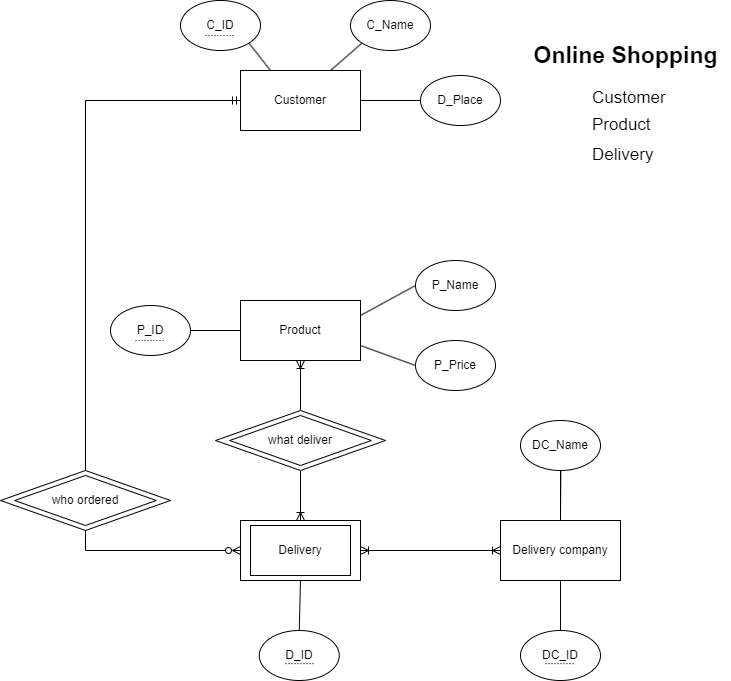
Before: Lab1/shopping.drawio.png, a diagram exported from draw.io (ViDjet-Git/Data-Base-University). Source tidied: cells renumbered, new cells last; positions are measured from the earlier drawing's top-left corner, leaving out a move shared by most shapes. Its diagram source:
```xml
<mxGraphModel>
  <root>
    <mxCell id="0" />
    <mxCell id="1" parent="0" />
    <mxCell id="2" style="edgeStyle=orthogonalEdgeStyle;rounded=0;jettySize=auto;html=1;exitX=0;exitY=0.5;exitDx=0;exitDy=0;entryX=0.5;entryY=0;entryDx=0;entryDy=0;strokeColor=default;startArrow=ERmandOne;startFill=0;endArrow=none;endFill=0;" parent="1" edge="1" source="5" target="19">
      <mxGeometry relative="1" as="geometry" />
    </mxCell>
    <mxCell id="3" style="jettySize=auto;html=1;exitX=0.25;exitY=0;exitDx=0;exitDy=0;entryX=1;entryY=1;entryDx=0;entryDy=0;strokeColor=default;startArrow=none;startFill=0;endArrow=none;endFill=0;" parent="1" edge="1" source="5" target="20">
      <mxGeometry relative="1" as="geometry" />
    </mxCell>
    <mxCell id="4" style="edgeStyle=none;jettySize=auto;html=1;exitX=0.75;exitY=0;exitDx=0;exitDy=0;entryX=0;entryY=1;entryDx=0;entryDy=0;strokeColor=default;startArrow=none;startFill=0;endArrow=none;endFill=0;" parent="1" edge="1" source="5" target="21">
      <mxGeometry relative="1" as="geometry" />
    </mxCell>
    <mxCell id="5" value="Customer" style="rounded=0;whiteSpace=wrap;html=1;" parent="1" vertex="1">
      <mxGeometry x="240" y="70" width="120" height="60" as="geometry" />
    </mxCell>
    <mxCell id="6" style="edgeStyle=orthogonalEdgeStyle;rounded=0;jettySize=auto;html=1;exitX=0.5;exitY=1;exitDx=0;exitDy=0;entryX=0.5;entryY=0;entryDx=0;entryDy=0;strokeColor=default;startArrow=ERoneToMany;startFill=0;endArrow=none;endFill=0;" parent="1" edge="1" source="11" target="17">
      <mxGeometry relative="1" as="geometry" />
    </mxCell>
    <mxCell id="7" style="edgeStyle=none;jettySize=auto;html=1;exitX=1;exitY=0.25;exitDx=0;exitDy=0;entryX=0;entryY=0.5;entryDx=0;entryDy=0;strokeColor=default;startArrow=none;startFill=0;endArrow=none;endFill=0;" parent="1" edge="1" source="11" target="23">
      <mxGeometry relative="1" as="geometry" />
    </mxCell>
    <mxCell id="8" style="edgeStyle=none;jettySize=auto;html=1;exitX=1;exitY=0.75;exitDx=0;exitDy=0;entryX=0;entryY=0.5;entryDx=0;entryDy=0;strokeColor=default;startArrow=none;startFill=0;endArrow=none;endFill=0;" parent="1" edge="1" source="11" target="22">
      <mxGeometry relative="1" as="geometry" />
    </mxCell>
    <mxCell id="9" style="rounded=0;jettySize=auto;html=1;exitX=0;exitY=0.5;exitDx=0;exitDy=0;entryX=1;entryY=0.5;entryDx=0;entryDy=0;endArrow=none;endFill=0;" parent="1" edge="1" source="11" target="30">
      <mxGeometry relative="1" as="geometry" />
    </mxCell>
    <mxCell id="10" style="edgeStyle=none;rounded=0;jettySize=auto;html=1;endArrow=none;endFill=0;" parent="1" edge="1" source="11" target="30">
      <mxGeometry relative="1" as="geometry" />
    </mxCell>
    <mxCell id="11" value="Product" style="rounded=0;whiteSpace=wrap;html=1;" parent="1" vertex="1">
      <mxGeometry x="240" y="300" width="120" height="60" as="geometry" />
    </mxCell>
    <mxCell id="12" style="edgeStyle=none;jettySize=auto;html=1;exitX=1;exitY=0.5;exitDx=0;exitDy=0;entryX=0;entryY=0.5;entryDx=0;entryDy=0;strokeColor=default;startArrow=none;startFill=0;endArrow=none;endFill=0;" parent="1" edge="1" source="5" target="24">
      <mxGeometry relative="1" as="geometry" />
    </mxCell>
    <mxCell id="13" style="edgeStyle=none;rounded=0;jettySize=auto;html=1;exitX=0.5;exitY=1;exitDx=0;exitDy=0;entryX=0.5;entryY=0;entryDx=0;entryDy=0;endArrow=none;endFill=0;" parent="1" edge="1" source="15" target="32">
      <mxGeometry relative="1" as="geometry" />
    </mxCell>
    <mxCell id="14" style="edgeStyle=orthogonalEdgeStyle;rounded=0;jettySize=auto;html=1;exitX=1;exitY=0.5;exitDx=0;exitDy=0;entryX=0;entryY=0.5;entryDx=0;entryDy=0;startArrow=ERoneToMany;startFill=0;endArrow=ERoneToMany;endFill=0;" parent="1" edge="1" source="15" target="40">
      <mxGeometry relative="1" as="geometry" />
    </mxCell>
    <mxCell id="15" value="Delivery" style="rounded=0;whiteSpace=wrap;html=1;perimeterSpacing=0;" parent="1" vertex="1">
      <mxGeometry x="240" y="520" width="120" height="60" as="geometry" />
    </mxCell>
    <mxCell id="16" style="edgeStyle=orthogonalEdgeStyle;rounded=0;jettySize=auto;html=1;exitX=0.5;exitY=1;exitDx=0;exitDy=0;entryX=0.5;entryY=0;entryDx=0;entryDy=0;strokeColor=default;startArrow=none;startFill=0;endArrow=ERoneToMany;endFill=0;" parent="1" edge="1" source="17" target="15">
      <mxGeometry relative="1" as="geometry" />
    </mxCell>
    <mxCell id="17" value="what deliver" style="rhombus;whiteSpace=wrap;html=1;" parent="1" vertex="1">
      <mxGeometry x="215" y="410" width="170" height="60" as="geometry" />
    </mxCell>
    <mxCell id="18" style="edgeStyle=orthogonalEdgeStyle;rounded=0;jettySize=auto;html=1;exitX=0.5;exitY=1;exitDx=0;exitDy=0;entryX=0;entryY=0.5;entryDx=0;entryDy=0;strokeColor=default;startArrow=none;startFill=0;endArrow=ERzeroToMany;endFill=0;" parent="1" edge="1" source="19" target="15">
      <mxGeometry relative="1" as="geometry" />
    </mxCell>
    <mxCell id="19" value="who ordered" style="rhombus;whiteSpace=wrap;html=1;" parent="1" vertex="1">
      <mxGeometry y="470" width="170" height="60" as="geometry" />
    </mxCell>
    <mxCell id="20" value="С_ID" style="ellipse;whiteSpace=wrap;html=1;" parent="1" vertex="1">
      <mxGeometry x="180" width="80" height="50" as="geometry" />
    </mxCell>
    <mxCell id="21" value="С_Name" style="ellipse;whiteSpace=wrap;html=1;" parent="1" vertex="1">
      <mxGeometry x="350" width="80" height="50" as="geometry" />
    </mxCell>
    <mxCell id="22" value="P_Price" style="ellipse;whiteSpace=wrap;html=1;" parent="1" vertex="1">
      <mxGeometry x="415" y="340" width="80" height="50" as="geometry" />
    </mxCell>
    <mxCell id="23" value="P_Name" style="ellipse;whiteSpace=wrap;html=1;" parent="1" vertex="1">
      <mxGeometry x="415" y="260" width="80" height="50" as="geometry" />
    </mxCell>
    <mxCell id="24" value="D_Place" style="ellipse;whiteSpace=wrap;html=1;" parent="1" vertex="1">
      <mxGeometry x="420" y="75" width="80" height="50" as="geometry" />
    </mxCell>
    <mxCell id="25" value="&lt;font style=&quot;font-size: 23px;&quot;&gt;Online Shopping&lt;/font&gt;" style="text;html=1;align=center;verticalAlign=middle;strokeColor=none;fillColor=none;fontSize=23;fontStyle=1;" parent="1" vertex="1">
      <mxGeometry x="520" y="35" width="210" height="40" as="geometry" />
    </mxCell>
    <mxCell id="26" value="&lt;font style=&quot;font-size: 17px;&quot;&gt;Customer&lt;/font&gt;" style="text;html=1;align=left;verticalAlign=middle;strokeColor=none;fillColor=none;fontSize=23;" parent="1" vertex="1">
      <mxGeometry x="590" y="75" width="100" height="40" as="geometry" />
    </mxCell>
    <mxCell id="27" value="Product" style="text;html=1;align=left;verticalAlign=middle;strokeColor=none;fillColor=none;fontSize=17;" parent="1" vertex="1">
      <mxGeometry x="590" y="110" width="80" height="30" as="geometry" />
    </mxCell>
    <mxCell id="28" value="Delivery" style="text;html=1;align=left;verticalAlign=middle;strokeColor=none;fillColor=none;fontSize=17;" parent="1" vertex="1">
      <mxGeometry x="590" y="140" width="80" height="30" as="geometry" />
    </mxCell>
    <mxCell id="29" style="rounded=0;whiteSpace=wrap;html=1;fillStyle=auto;fillColor=none;" parent="1" vertex="1">
      <mxGeometry x="250" y="525" width="100" height="50" as="geometry" />
    </mxCell>
    <mxCell id="30" value="P_ID" style="ellipse;whiteSpace=wrap;html=1;" parent="1" vertex="1">
      <mxGeometry x="110" y="305" width="80" height="50" as="geometry" />
    </mxCell>
    <mxCell id="31" style="rhombus;whiteSpace=wrap;html=1;fillColor=none;" parent="1" vertex="1">
      <mxGeometry x="14.2" y="475" width="141.7" height="50" as="geometry" />
    </mxCell>
    <mxCell id="32" style="ellipse;whiteSpace=wrap;html=1;" parent="1" vertex="1">
      <mxGeometry x="258.8" y="630" width="80" height="50" as="geometry" />
    </mxCell>
    <mxCell id="33" style="rhombus;whiteSpace=wrap;html=1;fillColor=none;" parent="1" vertex="1">
      <mxGeometry x="229.2" y="415" width="141.7" height="50" as="geometry" />
    </mxCell>
    <mxCell id="34" style="endArrow=none;dashed=1;html=1;rounded=0;dashPattern=1 2;" parent="1" edge="1">
      <mxGeometry relative="1" as="geometry">
        <mxPoint x="205" y="35" as="sourcePoint" />
        <mxPoint x="235" y="35" as="targetPoint" />
        <Array as="points">
          <mxPoint x="205" y="35" />
        </Array>
      </mxGeometry>
    </mxCell>
    <mxCell id="35" style="endArrow=none;dashed=1;html=1;rounded=0;dashPattern=1 2;" parent="1" edge="1">
      <mxGeometry relative="1" as="geometry">
        <mxPoint x="135" y="340" as="sourcePoint" />
        <mxPoint x="165" y="340" as="targetPoint" />
        <Array as="points">
          <mxPoint x="135" y="340" />
        </Array>
      </mxGeometry>
    </mxCell>
    <mxCell id="36" style="endArrow=none;dashed=1;rounded=0;dashPattern=1 2;jumpSize=6;labelPosition=center;verticalLabelPosition=middle;align=center;verticalAlign=middle;spacingTop=0;html=1;jumpStyle=none;shape=link;width=-6.190476190476191;" parent="1" edge="1">
      <mxGeometry relative="1" as="geometry">
        <mxPoint x="285" y="660" as="sourcePoint" />
        <mxPoint x="315" y="660" as="targetPoint" />
      </mxGeometry>
    </mxCell>
    <mxCell id="37" value="D_ID" style="rounded=0;whiteSpace=wrap;html=1;strokeColor=none;" parent="1" vertex="1">
      <mxGeometry x="280" y="650" width="37.5" height="10" as="geometry" />
    </mxCell>
    <mxCell id="38" style="edgeStyle=none;rounded=0;jettySize=auto;html=1;exitX=0.5;exitY=1;exitDx=0;exitDy=0;entryX=0.5;entryY=0;entryDx=0;entryDy=0;startArrow=none;startFill=0;endArrow=none;endFill=0;" parent="1" edge="1" source="40" target="41">
      <mxGeometry relative="1" as="geometry" />
    </mxCell>
    <mxCell id="39" style="edgeStyle=none;rounded=0;jettySize=auto;html=1;exitX=0.5;exitY=0;exitDx=0;exitDy=0;startArrow=none;startFill=0;endArrow=none;endFill=0;" parent="1" edge="1" source="40">
      <mxGeometry relative="1" as="geometry">
        <mxPoint x="560.3" y="470" as="targetPoint" />
      </mxGeometry>
    </mxCell>
    <mxCell id="40" value="Delivery company" style="rounded=0;whiteSpace=wrap;html=1;perimeterSpacing=0;" parent="1" vertex="1">
      <mxGeometry x="500" y="520" width="120" height="60" as="geometry" />
    </mxCell>
    <mxCell id="41" style="ellipse;whiteSpace=wrap;html=1;" parent="1" vertex="1">
      <mxGeometry x="520" y="630" width="80" height="50" as="geometry" />
    </mxCell>
    <mxCell id="42" style="endArrow=none;dashed=1;rounded=0;dashPattern=1 2;jumpSize=6;labelPosition=center;verticalLabelPosition=middle;align=center;verticalAlign=middle;spacingTop=0;html=1;jumpStyle=none;shape=link;width=-6.190476190476191;" parent="1" edge="1">
      <mxGeometry relative="1" as="geometry">
        <mxPoint x="545" y="660" as="sourcePoint" />
        <mxPoint x="575" y="660" as="targetPoint" />
      </mxGeometry>
    </mxCell>
    <mxCell id="43" value="DC_ID" style="rounded=0;whiteSpace=wrap;html=1;strokeColor=none;" parent="1" vertex="1">
      <mxGeometry x="541.2" y="650" width="37.5" height="10" as="geometry" />
    </mxCell>
    <mxCell id="44" style="edgeStyle=none;rounded=0;jettySize=auto;html=1;startArrow=none;startFill=0;endArrow=none;endFill=0;" parent="1" edge="1" target="40">
      <mxGeometry relative="1" as="geometry">
        <mxPoint x="560" y="470" as="sourcePoint" />
      </mxGeometry>
    </mxCell>
    <mxCell id="45" value="DC_Name" style="ellipse;whiteSpace=wrap;html=1;" parent="1" vertex="1">
      <mxGeometry x="520" y="420" width="80" height="50" as="geometry" />
    </mxCell>
  </root>
</mxGraphModel>
```
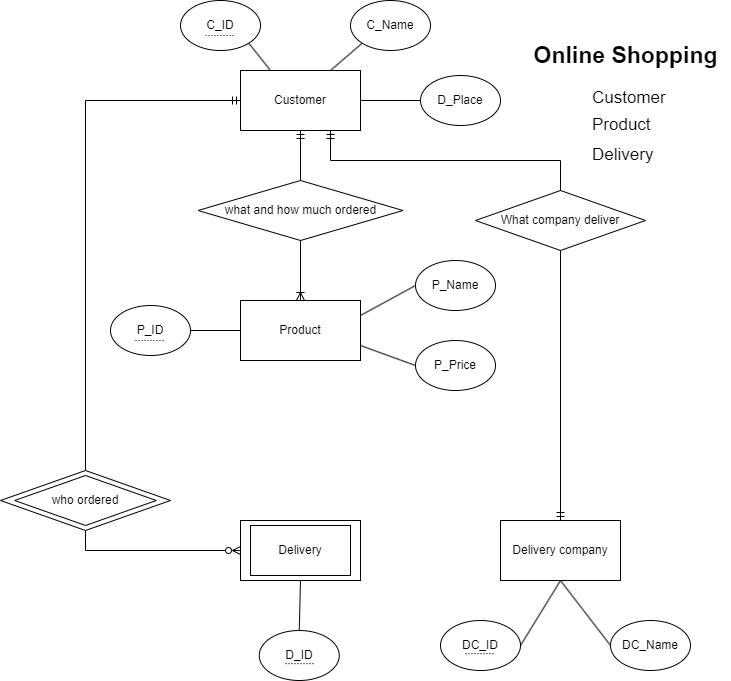
Above is the later version.

Commit message:
LAB1 SQL and Drawio

Diff of the diagram source:
```diff
@@ -11,12 +11,17 @@
     <mxCell id="4" style="edgeStyle=none;jettySize=auto;html=1;exitX=0.75;exitY=0;exitDx=0;exitDy=0;entryX=0;entryY=1;entryDx=0;entryDy=0;strokeColor=default;startArrow=none;startFill=0;endArrow=none;endFill=0;" parent="1" edge="1" source="5" target="21">
       <mxGeometry relative="1" as="geometry" />
     </mxCell>
+    <mxCell id="46" style="edgeStyle=orthogonalEdgeStyle;rounded=0;jettySize=auto;html=1;exitX=0.75;exitY=1;exitDx=0;exitDy=0;entryX=0.5;entryY=0;entryDx=0;entryDy=0;startArrow=ERmandOne;startFill=0;endArrow=ERmandOne;endFill=0;" parent="1" edge="1" source="5" target="40">
+      <mxGeometry relative="1" as="geometry">
+        <Array as="points">
+          <mxPoint x="330" y="160" />
+          <mxPoint x="560" y="160" />
+        </Array>
+      </mxGeometry>
+    </mxCell>
     <mxCell id="5" value="Customer" style="rounded=0;whiteSpace=wrap;html=1;" parent="1" vertex="1">
       <mxGeometry x="240" y="70" width="120" height="60" as="geometry" />
     </mxCell>
-    <mxCell id="6" style="edgeStyle=orthogonalEdgeStyle;rounded=0;jettySize=auto;html=1;exitX=0.5;exitY=1;exitDx=0;exitDy=0;entryX=0.5;entryY=0;entryDx=0;entryDy=0;strokeColor=default;startArrow=ERoneToMany;startFill=0;endArrow=none;endFill=0;" parent="1" edge="1" source="11" target="17">
-      <mxGeometry relative="1" as="geometry" />
-    </mxCell>
     <mxCell id="7" style="edgeStyle=none;jettySize=auto;html=1;exitX=1;exitY=0.25;exitDx=0;exitDy=0;entryX=0;entryY=0.5;entryDx=0;entryDy=0;strokeColor=default;startArrow=none;startFill=0;endArrow=none;endFill=0;" parent="1" edge="1" source="11" target="23">
       <mxGeometry relative="1" as="geometry" />
     </mxCell>
@@ -29,6 +34,11 @@
     <mxCell id="10" style="edgeStyle=none;rounded=0;jettySize=auto;html=1;endArrow=none;endFill=0;" parent="1" edge="1" source="11" target="30">
       <mxGeometry relative="1" as="geometry" />
     </mxCell>
+    <mxCell id="47" style="edgeStyle=orthogonalEdgeStyle;rounded=0;jettySize=auto;html=1;exitX=0.5;exitY=0;exitDx=0;exitDy=0;entryX=0.5;entryY=1;entryDx=0;entryDy=0;endArrow=none;endFill=0;startArrow=ERoneToMany;startFill=0;" parent="1" edge="1" source="11">
+      <mxGeometry relative="1" as="geometry">
+        <mxPoint x="300" y="230" as="targetPoint" />
+      </mxGeometry>
+    </mxCell>
     <mxCell id="11" value="Product" style="rounded=0;whiteSpace=wrap;html=1;" parent="1" vertex="1">
       <mxGeometry x="240" y="300" width="120" height="60" as="geometry" />
     </mxCell>
@@ -38,17 +48,14 @@
     <mxCell id="13" style="edgeStyle=none;rounded=0;jettySize=auto;html=1;exitX=0.5;exitY=1;exitDx=0;exitDy=0;entryX=0.5;entryY=0;entryDx=0;entryDy=0;endArrow=none;endFill=0;" parent="1" edge="1" source="15" target="32">
       <mxGeometry relative="1" as="geometry" />
     </mxCell>
-    <mxCell id="14" style="edgeStyle=orthogonalEdgeStyle;rounded=0;jettySize=auto;html=1;exitX=1;exitY=0.5;exitDx=0;exitDy=0;entryX=0;entryY=0.5;entryDx=0;entryDy=0;startArrow=ERoneToMany;startFill=0;endArrow=ERoneToMany;endFill=0;" parent="1" edge="1" source="15" target="40">
-      <mxGeometry relative="1" as="geometry" />
-    </mxCell>
     <mxCell id="15" value="Delivery" style="rounded=0;whiteSpace=wrap;html=1;perimeterSpacing=0;" parent="1" vertex="1">
       <mxGeometry x="240" y="520" width="120" height="60" as="geometry" />
     </mxCell>
-    <mxCell id="16" style="edgeStyle=orthogonalEdgeStyle;rounded=0;jettySize=auto;html=1;exitX=0.5;exitY=1;exitDx=0;exitDy=0;entryX=0.5;entryY=0;entryDx=0;entryDy=0;strokeColor=default;startArrow=none;startFill=0;endArrow=ERoneToMany;endFill=0;" parent="1" edge="1" source="17" target="15">
-      <mxGeometry relative="1" as="geometry" />
-    </mxCell>
+    <mxCell id="48" style="edgeStyle=orthogonalEdgeStyle;rounded=0;jettySize=auto;html=1;exitX=0.5;exitY=0;exitDx=0;exitDy=0;entryX=0.5;entryY=1;entryDx=0;entryDy=0;startArrow=none;startFill=0;endArrow=ERmandOne;endFill=0;" parent="1" edge="1" source="17" target="5">
+      <mxGeometry relative="1" as="geometry" />
+    </mxCell>
-    <mxCell id="17" value="what deliver" style="rhombus;whiteSpace=wrap;html=1;" parent="1" vertex="1">
-      <mxGeometry x="215" y="410" width="170" height="60" as="geometry" />
+    <mxCell id="17" value="what and how much ordered" style="rhombus;whiteSpace=wrap;html=1;" parent="1" vertex="1">
+      <mxGeometry x="197.5" y="180" width="205" height="60" as="geometry" />
     </mxCell>
     <mxCell id="18" style="edgeStyle=orthogonalEdgeStyle;rounded=0;jettySize=auto;html=1;exitX=0.5;exitY=1;exitDx=0;exitDy=0;entryX=0;entryY=0.5;entryDx=0;entryDy=0;strokeColor=default;startArrow=none;startFill=0;endArrow=ERzeroToMany;endFill=0;" parent="1" edge="1" source="19" target="15">
       <mxGeometry relative="1" as="geometry" />
@@ -95,9 +102,6 @@
     <mxCell id="32" style="ellipse;whiteSpace=wrap;html=1;" parent="1" vertex="1">
       <mxGeometry x="258.8" y="630" width="80" height="50" as="geometry" />
     </mxCell>
-    <mxCell id="33" style="rhombus;whiteSpace=wrap;html=1;fillColor=none;" parent="1" vertex="1">
-      <mxGeometry x="229.2" y="415" width="141.7" height="50" as="geometry" />
-    </mxCell>
     <mxCell id="34" style="endArrow=none;dashed=1;html=1;rounded=0;dashPattern=1 2;" parent="1" edge="1">
       <mxGeometry relative="1" as="geometry">
         <mxPoint x="205" y="35" as="sourcePoint" />
@@ -125,36 +129,32 @@
     <mxCell id="37" value="D_ID" style="rounded=0;whiteSpace=wrap;html=1;strokeColor=none;" parent="1" vertex="1">
       <mxGeometry x="280" y="650" width="37.5" height="10" as="geometry" />
     </mxCell>
+    <mxCell id="49" style="rounded=0;jettySize=auto;html=1;exitX=0.5;exitY=1;exitDx=0;exitDy=0;entryX=0;entryY=0.5;entryDx=0;entryDy=0;startArrow=none;startFill=0;endArrow=none;endFill=0;" parent="1" edge="1" source="40" target="45">
+      <mxGeometry relative="1" as="geometry" />
+    </mxCell>
-    <mxCell id="38" style="edgeStyle=none;rounded=0;jettySize=auto;html=1;exitX=0.5;exitY=1;exitDx=0;exitDy=0;entryX=0.5;entryY=0;entryDx=0;entryDy=0;startArrow=none;startFill=0;endArrow=none;endFill=0;" parent="1" edge="1" source="40" target="41">
+    <mxCell id="38" style="edgeStyle=none;rounded=0;jettySize=auto;html=1;exitX=0.5;exitY=1;exitDx=0;exitDy=0;entryX=1;entryY=0.5;entryDx=0;entryDy=0;startArrow=none;startFill=0;endArrow=none;endFill=0;" parent="1" edge="1" source="40" target="41">
       <mxGeometry relative="1" as="geometry" />
     </mxCell>
-    <mxCell id="39" style="edgeStyle=none;rounded=0;jettySize=auto;html=1;exitX=0.5;exitY=0;exitDx=0;exitDy=0;startArrow=none;startFill=0;endArrow=none;endFill=0;" parent="1" edge="1" source="40">
-      <mxGeometry relative="1" as="geometry">
-        <mxPoint x="560.3" y="470" as="targetPoint" />
-      </mxGeometry>
-    </mxCell>
     <mxCell id="40" value="Delivery company" style="rounded=0;whiteSpace=wrap;html=1;perimeterSpacing=0;" parent="1" vertex="1">
       <mxGeometry x="500" y="520" width="120" height="60" as="geometry" />
     </mxCell>
     <mxCell id="41" style="ellipse;whiteSpace=wrap;html=1;" parent="1" vertex="1">
-      <mxGeometry x="520" y="630" width="80" height="50" as="geometry" />
+      <mxGeometry x="440" y="620" width="80" height="50" as="geometry" />
     </mxCell>
     <mxCell id="42" style="endArrow=none;dashed=1;rounded=0;dashPattern=1 2;jumpSize=6;labelPosition=center;verticalLabelPosition=middle;align=center;verticalAlign=middle;spacingTop=0;html=1;jumpStyle=none;shape=link;width=-6.190476190476191;" parent="1" edge="1">
       <mxGeometry relative="1" as="geometry">
-        <mxPoint x="545" y="660" as="sourcePoint" />
-        <mxPoint x="575" y="660" as="targetPoint" />
+        <mxPoint x="465" y="650" as="sourcePoint" />
+        <mxPoint x="495" y="650" as="targetPoint" />
       </mxGeometry>
     </mxCell>
     <mxCell id="43" value="DC_ID" style="rounded=0;whiteSpace=wrap;html=1;strokeColor=none;" parent="1" vertex="1">
-      <mxGeometry x="541.2" y="650" width="37.5" height="10" as="geometry" />
+      <mxGeometry x="461.2" y="640" width="37.5" height="10" as="geometry" />
     </mxCell>
-    <mxCell id="44" style="edgeStyle=none;rounded=0;jettySize=auto;html=1;startArrow=none;startFill=0;endArrow=none;endFill=0;" parent="1" edge="1" target="40">
-      <mxGeometry relative="1" as="geometry">
-        <mxPoint x="560" y="470" as="sourcePoint" />
-      </mxGeometry>
-    </mxCell>
     <mxCell id="45" value="DC_Name" style="ellipse;whiteSpace=wrap;html=1;" parent="1" vertex="1">
-      <mxGeometry x="520" y="420" width="80" height="50" as="geometry" />
+      <mxGeometry x="610" y="620" width="80" height="50" as="geometry" />
     </mxCell>
+    <mxCell id="50" value="What company deliver" style="rhombus;whiteSpace=wrap;html=1;" parent="1" vertex="1">
+      <mxGeometry x="475" y="190" width="170" height="60" as="geometry" />
+    </mxCell>
   </root>
 </mxGraphModel>
```
